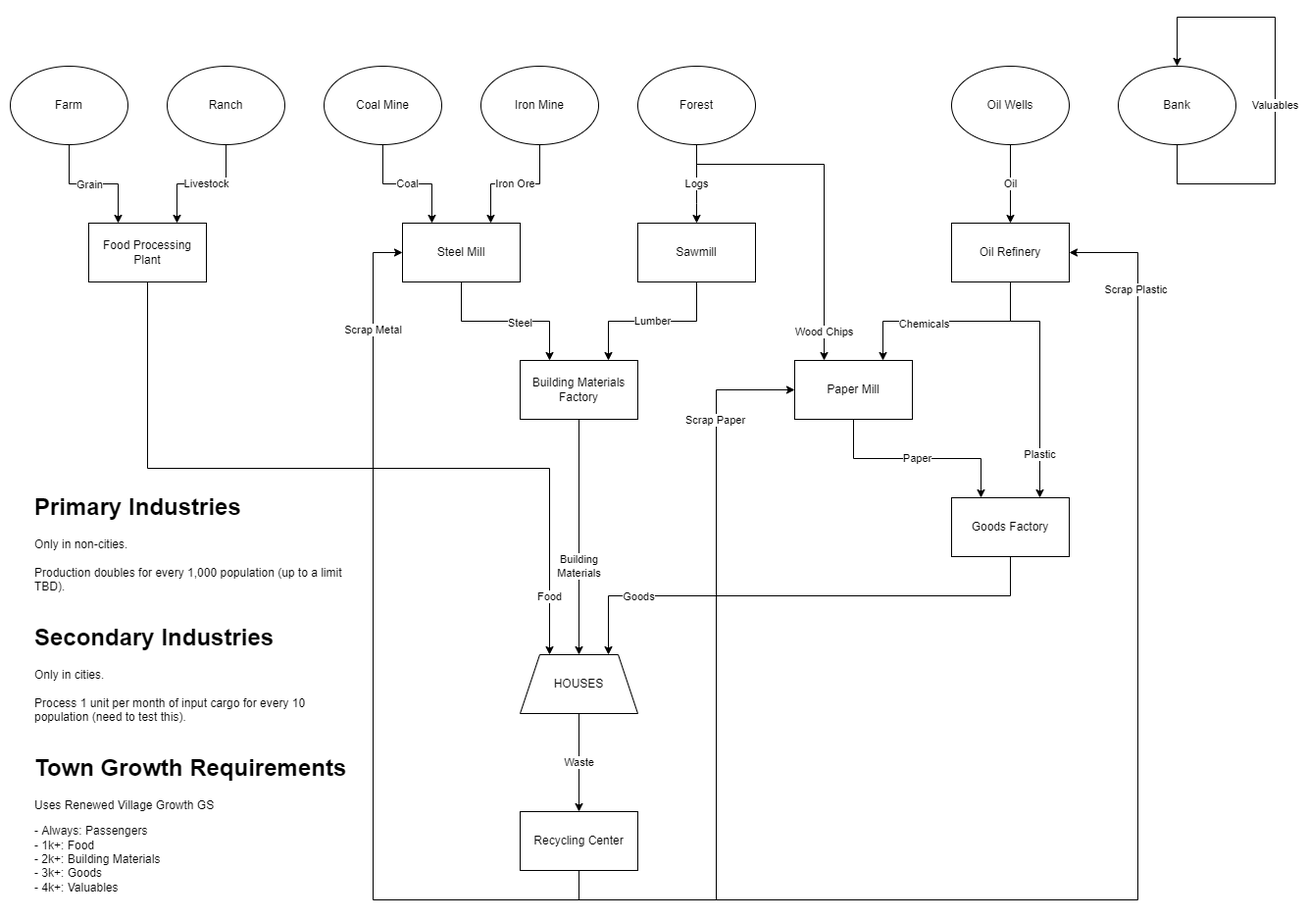
Above: docs/ITI2_diagram.png in 2TallTyler/improved_town_industries (draw.io), before the change. Source tidied: cells renumbered, new cells last; positions are measured from the earlier drawing's top-left corner, leaving out a move shared by most shapes. Its diagram source:
```xml
<mxGraphModel>
  <root>
    <mxCell id="0" />
    <mxCell id="1" parent="0" />
    <mxCell id="2" value="Coal" style="edgeStyle=orthogonalEdgeStyle;rounded=0;jettySize=auto;html=1;exitX=0.5;exitY=1;exitDx=0;exitDy=0;entryX=0.25;entryY=0;entryDx=0;entryDy=0;" parent="1" edge="1" source="3" target="19">
      <mxGeometry relative="1" as="geometry" />
    </mxCell>
    <mxCell id="3" value="Coal Mine" style="ellipse;whiteSpace=wrap;html=1;" parent="1" vertex="1">
      <mxGeometry x="320" y="50" width="120" height="80" as="geometry" />
    </mxCell>
    <mxCell id="4" value="Logs" style="edgeStyle=orthogonalEdgeStyle;rounded=0;jettySize=auto;html=1;exitX=0.5;exitY=1;exitDx=0;exitDy=0;entryX=0.5;entryY=0;entryDx=0;entryDy=0;" parent="1" edge="1" source="7" target="21">
      <mxGeometry relative="1" as="geometry">
        <Array as="points">
          <mxPoint x="700" y="190" />
          <mxPoint x="700" y="190" />
        </Array>
      </mxGeometry>
    </mxCell>
    <mxCell id="5" style="edgeStyle=orthogonalEdgeStyle;rounded=0;jettySize=auto;html=1;exitX=0.5;exitY=1;exitDx=0;exitDy=0;entryX=0.25;entryY=0;entryDx=0;entryDy=0;" parent="1" edge="1" source="7" target="30">
      <mxGeometry relative="1" as="geometry">
        <Array as="points">
          <mxPoint x="700" y="150" />
          <mxPoint x="830" y="150" />
        </Array>
      </mxGeometry>
    </mxCell>
    <mxCell id="6" value="Wood Chips" style="edgeLabel;html=1;align=center;verticalAlign=middle;" parent="5" vertex="1">
      <mxGeometry x="0.59" y="-1" relative="1" as="geometry">
        <mxPoint y="42" as="offset" />
      </mxGeometry>
    </mxCell>
    <mxCell id="7" value="Forest" style="ellipse;whiteSpace=wrap;html=1;" parent="1" vertex="1">
      <mxGeometry x="640" y="50" width="120" height="80" as="geometry" />
    </mxCell>
    <mxCell id="8" style="edgeStyle=orthogonalEdgeStyle;rounded=0;jettySize=auto;html=1;exitX=0.5;exitY=1;exitDx=0;exitDy=0;entryX=0.25;entryY=0;entryDx=0;entryDy=0;" parent="1" edge="1" source="10" target="24">
      <mxGeometry relative="1" as="geometry" />
    </mxCell>
    <mxCell id="9" value="Grain" style="edgeLabel;html=1;align=center;verticalAlign=middle;" parent="8" vertex="1">
      <mxGeometry x="-0.15" y="1" relative="1" as="geometry">
        <mxPoint x="5" y="1" as="offset" />
      </mxGeometry>
    </mxCell>
    <mxCell id="10" value="Farm" style="ellipse;whiteSpace=wrap;html=1;" parent="1" vertex="1">
      <mxGeometry y="50" width="120" height="80" as="geometry" />
    </mxCell>
    <mxCell id="11" value="Oil" style="edgeStyle=orthogonalEdgeStyle;rounded=0;jettySize=auto;html=1;exitX=0.5;exitY=1;exitDx=0;exitDy=0;entryX=0.5;entryY=0;entryDx=0;entryDy=0;" parent="1" edge="1" source="12" target="35">
      <mxGeometry relative="1" as="geometry" />
    </mxCell>
    <mxCell id="12" value="Oil Wells" style="ellipse;whiteSpace=wrap;html=1;" parent="1" vertex="1">
      <mxGeometry x="960" y="50" width="120" height="80" as="geometry" />
    </mxCell>
    <mxCell id="13" value="Livestock" style="edgeStyle=orthogonalEdgeStyle;rounded=0;jettySize=auto;html=1;exitX=0.5;exitY=1;exitDx=0;exitDy=0;entryX=0.75;entryY=0;entryDx=0;entryDy=0;" parent="1" edge="1" source="14" target="24">
      <mxGeometry x="-0.08" relative="1" as="geometry" />
    </mxCell>
    <mxCell id="14" value="Ranch" style="ellipse;whiteSpace=wrap;html=1;" parent="1" vertex="1">
      <mxGeometry x="160" y="50" width="120" height="80" as="geometry" />
    </mxCell>
    <mxCell id="15" value="Iron Ore" style="edgeStyle=orthogonalEdgeStyle;rounded=0;jettySize=auto;html=1;exitX=0.5;exitY=1;exitDx=0;exitDy=0;entryX=0.75;entryY=0;entryDx=0;entryDy=0;" parent="1" edge="1" source="16" target="19">
      <mxGeometry relative="1" as="geometry" />
    </mxCell>
    <mxCell id="16" value="Iron Mine" style="ellipse;whiteSpace=wrap;html=1;" parent="1" vertex="1">
      <mxGeometry x="480" y="50" width="120" height="80" as="geometry" />
    </mxCell>
    <mxCell id="17" style="edgeStyle=orthogonalEdgeStyle;rounded=0;jettySize=auto;html=1;exitX=0.5;exitY=1;exitDx=0;exitDy=0;entryX=0.25;entryY=0;entryDx=0;entryDy=0;" parent="1" edge="1" source="19" target="28">
      <mxGeometry relative="1" as="geometry" />
    </mxCell>
    <mxCell id="18" value="Steel" style="edgeLabel;html=1;align=center;verticalAlign=middle;" parent="17" vertex="1">
      <mxGeometry x="0.16" y="-1" relative="1" as="geometry" />
    </mxCell>
    <mxCell id="19" value="Steel Mill" style="rounded=0;whiteSpace=wrap;html=1;" parent="1" vertex="1">
      <mxGeometry x="400" y="210" width="120" height="60" as="geometry" />
    </mxCell>
    <mxCell id="20" value="Lumber" style="edgeStyle=orthogonalEdgeStyle;rounded=0;jettySize=auto;html=1;exitX=0.5;exitY=1;exitDx=0;exitDy=0;entryX=0.75;entryY=0;entryDx=0;entryDy=0;" parent="1" edge="1" source="21" target="28">
      <mxGeometry relative="1" as="geometry" />
    </mxCell>
    <mxCell id="21" value="Sawmill" style="whiteSpace=wrap;html=1;" parent="1" vertex="1">
      <mxGeometry x="640" y="210" width="120" height="60" as="geometry" />
    </mxCell>
    <mxCell id="22" style="edgeStyle=orthogonalEdgeStyle;rounded=0;jettySize=auto;html=1;exitX=0.5;exitY=1;exitDx=0;exitDy=0;entryX=0.25;entryY=0;entryDx=0;entryDy=0;" parent="1" edge="1" source="24" target="26">
      <mxGeometry relative="1" as="geometry" />
    </mxCell>
    <mxCell id="23" value="Food" style="edgeLabel;html=1;align=center;verticalAlign=middle;" parent="22" vertex="1">
      <mxGeometry x="0.84" y="-1" relative="1" as="geometry">
        <mxPoint y="3" as="offset" />
      </mxGeometry>
    </mxCell>
    <mxCell id="24" value="Food Processing Plant" style="rounded=0;whiteSpace=wrap;html=1;" parent="1" vertex="1">
      <mxGeometry x="80" y="210" width="120" height="60" as="geometry" />
    </mxCell>
    <mxCell id="25" value="Waste" style="edgeStyle=orthogonalEdgeStyle;rounded=0;jettySize=auto;html=1;exitX=0.5;exitY=1;exitDx=0;exitDy=0;entryX=0.5;entryY=0;entryDx=0;entryDy=0;" parent="1" edge="1" source="26" target="48">
      <mxGeometry relative="1" as="geometry" />
    </mxCell>
    <mxCell id="26" value="HOUSES" style="shape=trapezoid;perimeter=trapezoidPerimeter;whiteSpace=wrap;html=1;fixedSize=1;" parent="1" vertex="1">
      <mxGeometry x="520" y="650" width="120" height="60" as="geometry" />
    </mxCell>
    <mxCell id="27" value="Building&lt;br&gt;Materials" style="edgeStyle=orthogonalEdgeStyle;rounded=0;jettySize=auto;html=1;exitX=0.5;exitY=1;exitDx=0;exitDy=0;entryX=0.5;entryY=0;entryDx=0;entryDy=0;" parent="1" edge="1" source="28" target="26">
      <mxGeometry x="0.25" relative="1" as="geometry" />
    </mxCell>
    <mxCell id="28" value="Building Materials&lt;br&gt;Factory" style="rounded=0;whiteSpace=wrap;html=1;" parent="1" vertex="1">
      <mxGeometry x="520" y="350" width="120" height="60" as="geometry" />
    </mxCell>
    <mxCell id="29" value="Paper" style="edgeStyle=orthogonalEdgeStyle;rounded=0;jettySize=auto;html=1;exitX=0.5;exitY=1;exitDx=0;exitDy=0;entryX=0.25;entryY=0;entryDx=0;entryDy=0;" parent="1" edge="1" source="30" target="38">
      <mxGeometry relative="1" as="geometry" />
    </mxCell>
    <mxCell id="30" value="Paper Mill" style="rounded=0;whiteSpace=wrap;html=1;" parent="1" vertex="1">
      <mxGeometry x="800" y="350" width="120" height="60" as="geometry" />
    </mxCell>
    <mxCell id="31" style="edgeStyle=orthogonalEdgeStyle;rounded=0;jettySize=auto;html=1;exitX=0.5;exitY=1;exitDx=0;exitDy=0;entryX=0.75;entryY=0;entryDx=0;entryDy=0;" parent="1" edge="1" source="35" target="30">
      <mxGeometry relative="1" as="geometry" />
    </mxCell>
    <mxCell id="32" value="Chemicals" style="edgeLabel;html=1;align=center;verticalAlign=middle;" parent="31" vertex="1">
      <mxGeometry x="0.23" y="2" relative="1" as="geometry" />
    </mxCell>
    <mxCell id="33" style="edgeStyle=orthogonalEdgeStyle;rounded=0;jettySize=auto;html=1;exitX=0.5;exitY=1;exitDx=0;exitDy=0;entryX=0.75;entryY=0;entryDx=0;entryDy=0;" parent="1" edge="1" source="35" target="38">
      <mxGeometry relative="1" as="geometry">
        <Array as="points">
          <mxPoint x="1020" y="310" />
          <mxPoint x="1050" y="310" />
        </Array>
      </mxGeometry>
    </mxCell>
    <mxCell id="34" value="Plastic" style="edgeLabel;html=1;align=center;verticalAlign=middle;" parent="33" vertex="1">
      <mxGeometry x="0.64" y="-1" relative="1" as="geometry" />
    </mxCell>
    <mxCell id="35" value="Oil Refinery" style="rounded=0;whiteSpace=wrap;html=1;" parent="1" vertex="1">
      <mxGeometry x="960" y="210" width="120" height="60" as="geometry" />
    </mxCell>
    <mxCell id="36" style="edgeStyle=orthogonalEdgeStyle;rounded=0;jettySize=auto;html=1;exitX=0.5;exitY=1;exitDx=0;exitDy=0;entryX=0.75;entryY=0;entryDx=0;entryDy=0;" parent="1" edge="1" source="38" target="26">
      <mxGeometry relative="1" as="geometry">
        <Array as="points">
          <mxPoint x="1020" y="590" />
          <mxPoint x="610" y="590" />
        </Array>
      </mxGeometry>
    </mxCell>
    <mxCell id="37" value="Goods" style="edgeLabel;html=1;align=center;verticalAlign=middle;" parent="36" vertex="1">
      <mxGeometry x="0.51" y="2" relative="1" as="geometry">
        <mxPoint x="-36" y="-2" as="offset" />
      </mxGeometry>
    </mxCell>
    <mxCell id="38" value="Goods Factory" style="rounded=0;whiteSpace=wrap;html=1;" parent="1" vertex="1">
      <mxGeometry x="960" y="490" width="120" height="60" as="geometry" />
    </mxCell>
    <mxCell id="39" value="&lt;h1&gt;Primary Industries&lt;/h1&gt;&lt;div&gt;Only in non-cities.&lt;/div&gt;&lt;div&gt;&lt;br&gt;&lt;/div&gt;&lt;div&gt;Production doubles for every 1,000 population (up to a limit TBD).&lt;/div&gt;&lt;div&gt;&lt;br&gt;&lt;/div&gt;&lt;h1&gt;Secondary Industries&lt;/h1&gt;&lt;div&gt;Only in cities.&lt;/div&gt;&lt;div&gt;&lt;br&gt;&lt;/div&gt;&lt;div&gt;Process 1 unit per month of input cargo for every 10 population (need to test this).&lt;/div&gt;&lt;div&gt;&lt;br&gt;&lt;/div&gt;&lt;div&gt;&lt;h1&gt;Town Growth Requirements&lt;/h1&gt;&lt;p&gt;Uses Renewed Village Growth GS&lt;/p&gt;&lt;p&gt;- Always: Passengers&lt;br&gt;- 1k+: Food&lt;br&gt;- 2k+: Building Materials&lt;br&gt;- 3k+: Goods&lt;br&gt;- 4k+: Valuables&lt;/p&gt;&lt;/div&gt;" style="text;html=1;strokeColor=none;fillColor=none;spacing=5;spacingTop=-20;whiteSpace=wrap;overflow=hidden;rounded=0;" parent="1" vertex="1">
      <mxGeometry x="20" y="480" width="330" height="430" as="geometry" />
    </mxCell>
    <mxCell id="40" value="Bank" style="ellipse;whiteSpace=wrap;html=1;" parent="1" vertex="1">
      <mxGeometry x="1130" y="50" width="120" height="80" as="geometry" />
    </mxCell>
    <mxCell id="41" value="Valuables" style="edgeStyle=orthogonalEdgeStyle;rounded=0;orthogonalLoop=1;jettySize=auto;html=1;exitX=0.5;exitY=1;exitDx=0;exitDy=0;entryX=0.5;entryY=0;entryDx=0;entryDy=0;" parent="1" edge="1" source="40" target="40">
      <mxGeometry x="-0.04" relative="1" as="geometry">
        <Array as="points">
          <mxPoint x="1190" y="170" />
          <mxPoint x="1290" y="170" />
          <mxPoint x="1290" />
          <mxPoint x="1190" />
        </Array>
      </mxGeometry>
    </mxCell>
    <mxCell id="42" style="edgeStyle=orthogonalEdgeStyle;rounded=0;jettySize=auto;html=1;exitX=0.5;exitY=1;exitDx=0;exitDy=0;entryX=0;entryY=0.5;entryDx=0;entryDy=0;" parent="1" edge="1" source="48" target="30">
      <mxGeometry relative="1" as="geometry">
        <Array as="points">
          <mxPoint x="580" y="900" />
          <mxPoint x="720" y="900" />
          <mxPoint x="720" y="380" />
        </Array>
      </mxGeometry>
    </mxCell>
    <mxCell id="43" value="Scrap Paper" style="edgeLabel;html=1;align=center;verticalAlign=middle;" parent="42" vertex="1">
      <mxGeometry x="0.85" y="-2" relative="1" as="geometry">
        <mxPoint x="-22" y="28" as="offset" />
      </mxGeometry>
    </mxCell>
    <mxCell id="44" style="edgeStyle=orthogonalEdgeStyle;rounded=0;jettySize=auto;html=1;exitX=0.5;exitY=1;exitDx=0;exitDy=0;entryX=1;entryY=0.5;entryDx=0;entryDy=0;" parent="1" edge="1" source="48" target="35">
      <mxGeometry relative="1" as="geometry">
        <Array as="points">
          <mxPoint x="580" y="900" />
          <mxPoint x="1150" y="900" />
          <mxPoint x="1150" y="240" />
        </Array>
      </mxGeometry>
    </mxCell>
    <mxCell id="45" value="Scrap Plastic" style="edgeLabel;html=1;align=center;verticalAlign=middle;" parent="44" vertex="1">
      <mxGeometry x="0.84" y="3" relative="1" as="geometry" />
    </mxCell>
    <mxCell id="46" style="edgeStyle=orthogonalEdgeStyle;rounded=0;jettySize=auto;html=1;exitX=0.5;exitY=1;exitDx=0;exitDy=0;entryX=0;entryY=0.5;entryDx=0;entryDy=0;" parent="1" edge="1" source="48" target="19">
      <mxGeometry relative="1" as="geometry">
        <Array as="points">
          <mxPoint x="580" y="900" />
          <mxPoint x="370" y="900" />
          <mxPoint x="370" y="240" />
        </Array>
      </mxGeometry>
    </mxCell>
    <mxCell id="47" value="Scrap Metal" style="edgeLabel;html=1;align=center;verticalAlign=middle;" parent="46" vertex="1">
      <mxGeometry x="0.77" y="1" relative="1" as="geometry" />
    </mxCell>
    <mxCell id="48" value="Recycling Center" style="rounded=0;whiteSpace=wrap;html=1;" parent="1" vertex="1">
      <mxGeometry x="520" y="810" width="120" height="60" as="geometry" />
    </mxCell>
  </root>
</mxGraphModel>
```
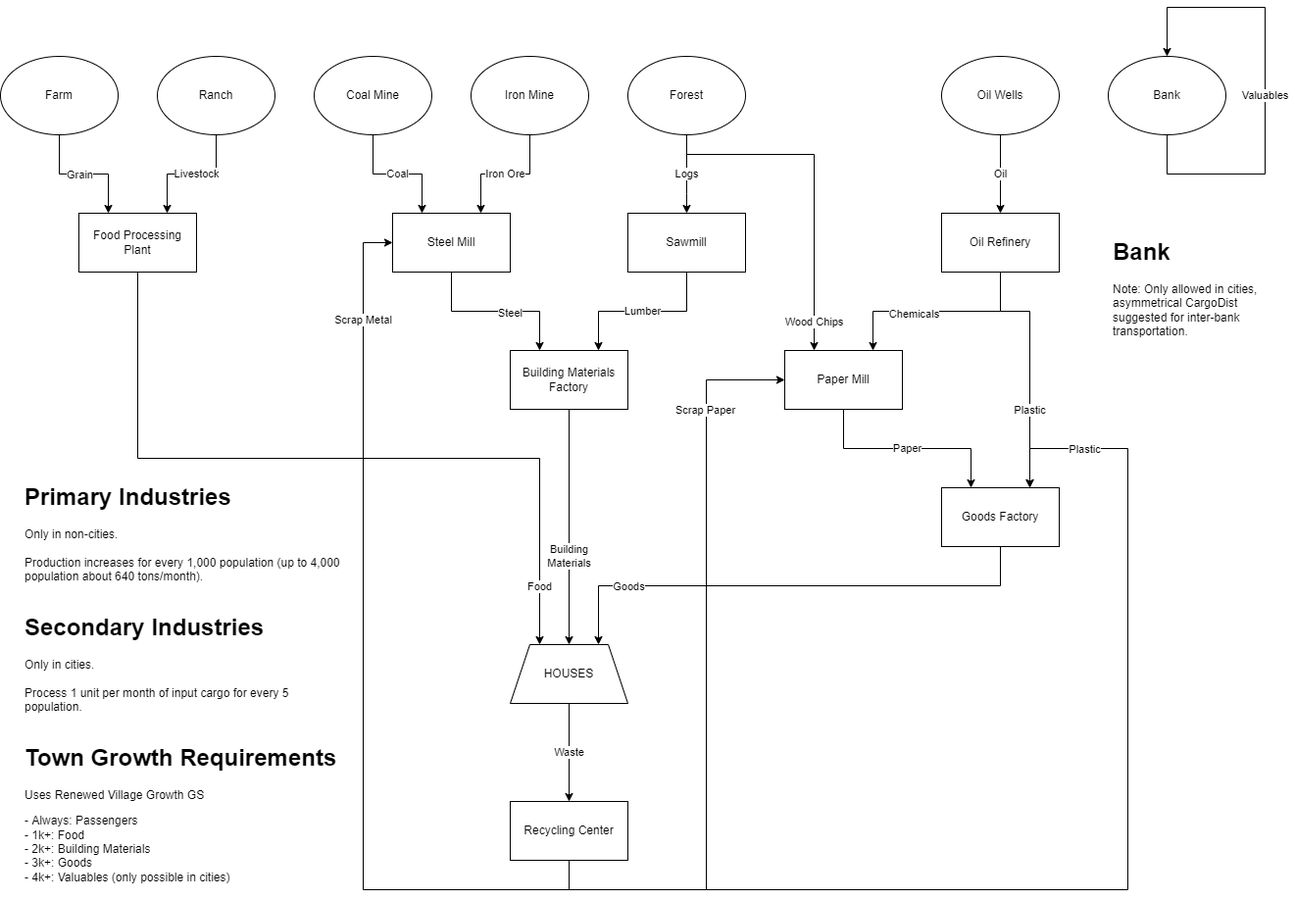
The same diagram one commit later.

Commit message:
Doc: Update cargo flow chart

Diff of the diagram source:
```diff
@@ -120,7 +120,9 @@
       </mxGeometry>
     </mxCell>
     <mxCell id="34" value="Plastic" style="edgeLabel;html=1;align=center;verticalAlign=middle;" parent="33" vertex="1">
-      <mxGeometry x="0.64" y="-1" relative="1" as="geometry" />
+      <mxGeometry x="0.64" y="-1" relative="1" as="geometry">
+        <mxPoint y="-35" as="offset" />
+      </mxGeometry>
     </mxCell>
     <mxCell id="35" value="Oil Refinery" style="rounded=0;whiteSpace=wrap;html=1;" parent="1" vertex="1">
       <mxGeometry x="960" y="210" width="120" height="60" as="geometry" />
@@ -141,7 +143,7 @@
     <mxCell id="38" value="Goods Factory" style="rounded=0;whiteSpace=wrap;html=1;" parent="1" vertex="1">
       <mxGeometry x="960" y="490" width="120" height="60" as="geometry" />
     </mxCell>
-    <mxCell id="39" value="&lt;h1&gt;Primary Industries&lt;/h1&gt;&lt;div&gt;Only in non-cities.&lt;/div&gt;&lt;div&gt;&lt;br&gt;&lt;/div&gt;&lt;div&gt;Production doubles for every 1,000 population (up to a limit TBD).&lt;/div&gt;&lt;div&gt;&lt;br&gt;&lt;/div&gt;&lt;h1&gt;Secondary Industries&lt;/h1&gt;&lt;div&gt;Only in cities.&lt;/div&gt;&lt;div&gt;&lt;br&gt;&lt;/div&gt;&lt;div&gt;Process 1 unit per month of input cargo for every 10 population (need to test this).&lt;/div&gt;&lt;div&gt;&lt;br&gt;&lt;/div&gt;&lt;div&gt;&lt;h1&gt;Town Growth Requirements&lt;/h1&gt;&lt;p&gt;Uses Renewed Village Growth GS&lt;/p&gt;&lt;p&gt;- Always: Passengers&lt;br&gt;- 1k+: Food&lt;br&gt;- 2k+: Building Materials&lt;br&gt;- 3k+: Goods&lt;br&gt;- 4k+: Valuables&lt;/p&gt;&lt;/div&gt;" style="text;html=1;strokeColor=none;fillColor=none;spacing=5;spacingTop=-20;whiteSpace=wrap;overflow=hidden;rounded=0;" parent="1" vertex="1">
+    <mxCell id="39" value="&lt;h1&gt;Primary Industries&lt;/h1&gt;&lt;div&gt;Only in non-cities.&lt;/div&gt;&lt;div&gt;&lt;br&gt;&lt;/div&gt;&lt;div&gt;Production increases for every 1,000 population (up to 4,000 population about 640 tons/month).&lt;/div&gt;&lt;div&gt;&lt;br&gt;&lt;/div&gt;&lt;h1&gt;Secondary Industries&lt;/h1&gt;&lt;div&gt;Only in cities.&lt;/div&gt;&lt;div&gt;&lt;br&gt;&lt;/div&gt;&lt;div&gt;Process 1 unit per month of input cargo for every 5 population.&lt;/div&gt;&lt;div&gt;&lt;br&gt;&lt;/div&gt;&lt;div&gt;&lt;h1&gt;Town Growth Requirements&lt;/h1&gt;&lt;p&gt;Uses Renewed Village Growth GS&lt;/p&gt;&lt;p&gt;- Always: Passengers&lt;br&gt;- 1k+: Food&lt;br&gt;- 2k+: Building Materials&lt;br&gt;- 3k+: Goods&lt;br&gt;- 4k+: Valuables (only possible in cities)&lt;/p&gt;&lt;/div&gt;" style="text;html=1;strokeColor=none;fillColor=none;spacing=5;spacingTop=-20;whiteSpace=wrap;overflow=hidden;rounded=0;" parent="1" vertex="1">
       <mxGeometry x="20" y="480" width="330" height="430" as="geometry" />
     </mxCell>
     <mxCell id="40" value="Bank" style="ellipse;whiteSpace=wrap;html=1;" parent="1" vertex="1">
@@ -171,17 +173,21 @@
         <mxPoint x="-22" y="28" as="offset" />
       </mxGeometry>
     </mxCell>
-    <mxCell id="44" style="edgeStyle=orthogonalEdgeStyle;rounded=0;jettySize=auto;html=1;exitX=0.5;exitY=1;exitDx=0;exitDy=0;entryX=1;entryY=0.5;entryDx=0;entryDy=0;" parent="1" edge="1" source="48" target="35">
+    <mxCell id="44" style="edgeStyle=orthogonalEdgeStyle;rounded=0;jettySize=auto;html=1;exitX=0.5;exitY=1;exitDx=0;exitDy=0;" parent="1" edge="1" source="48">
       <mxGeometry relative="1" as="geometry">
+        <mxPoint x="1050" y="490" as="targetPoint" />
         <Array as="points">
           <mxPoint x="580" y="900" />
           <mxPoint x="1150" y="900" />
-          <mxPoint x="1150" y="240" />
+          <mxPoint x="1150" y="450" />
+          <mxPoint x="1050" y="450" />
         </Array>
       </mxGeometry>
     </mxCell>
-    <mxCell id="45" value="Scrap Plastic" style="edgeLabel;html=1;align=center;verticalAlign=middle;" parent="44" vertex="1">
-      <mxGeometry x="0.84" y="3" relative="1" as="geometry" />
+    <mxCell id="45" value="Plastic" style="edgeLabel;html=1;align=center;verticalAlign=middle;" parent="44" vertex="1">
+      <mxGeometry x="0.84" y="3" relative="1" as="geometry">
+        <mxPoint y="-3" as="offset" />
+      </mxGeometry>
     </mxCell>
     <mxCell id="46" style="edgeStyle=orthogonalEdgeStyle;rounded=0;jettySize=auto;html=1;exitX=0.5;exitY=1;exitDx=0;exitDy=0;entryX=0;entryY=0.5;entryDx=0;entryDy=0;" parent="1" edge="1" source="48" target="19">
       <mxGeometry relative="1" as="geometry">
@@ -198,5 +204,8 @@
     <mxCell id="48" value="Recycling Center" style="rounded=0;whiteSpace=wrap;html=1;" parent="1" vertex="1">
       <mxGeometry x="520" y="810" width="120" height="60" as="geometry" />
     </mxCell>
+    <mxCell id="49" value="&lt;h1&gt;Bank&lt;/h1&gt;&lt;div&gt;Note: Only allowed in cities, asymmetrical CargoDist suggested for inter-bank transportation.&lt;/div&gt;" style="text;html=1;strokeColor=none;fillColor=none;spacing=5;spacingTop=-20;whiteSpace=wrap;overflow=hidden;rounded=0;" parent="1" vertex="1">
+      <mxGeometry x="1130" y="230" width="190" height="120" as="geometry" />
+    </mxCell>
   </root>
 </mxGraphModel>
```
